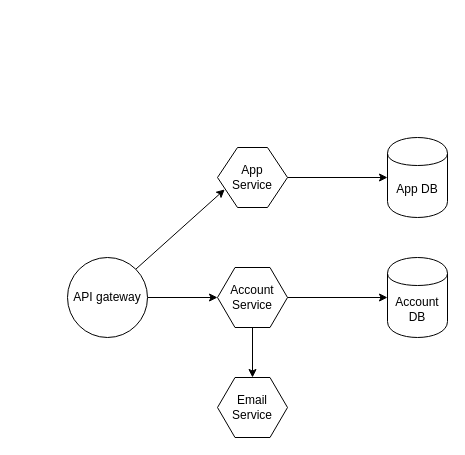
The draw.io diagram v-chain microservices architecture.drawio in NTT-TNN/draw, before the edit. Source tidied: cells renumbered, new cells numbered last; positions are measured from the earlier drawing's top-left corner, leaving out a move shared by most shapes. Both pictures are drawn from the tidied source at 100%, with x=0, y=0 at pixel (67, 137).
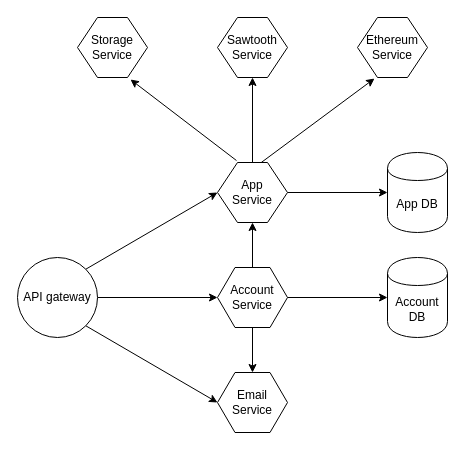
After the change.

The change refers to these unchanged cells:
```xml
<mxCell id="9" value="Account Service" style="shape=hexagon;html=1;whiteSpace=wrap;perimeter=hexagonPerimeter;rounded=0;" parent="1" vertex="1">
  <mxGeometry x="150" y="130" width="70" height="60" as="geometry" />
</mxCell>
```

What changed in the source:
```diff
@@
+    <mxCell id="3" style="edgeStyle=none;rounded=0;jettySize=auto;html=1;exitX=1;exitY=0.5;exitDx=0;exitDy=0;entryX=0;entryY=0.5;entryDx=0;entryDy=0;" parent="1" edge="1" source="4" target="9">
+      <mxGeometry relative="1" as="geometry" />
+    </mxCell>
-    <mxCell id="2" style="rounded=0;jettySize=auto;html=1;exitX=1;exitY=0;exitDx=0;exitDy=0;entryX=0;entryY=0.75;entryDx=0;entryDy=0;" parent="1" edge="1" source="4" target="6">
+    <mxCell id="2" style="edgeStyle=none;rounded=0;jettySize=auto;html=1;exitX=1;exitY=0;exitDx=0;exitDy=0;entryX=0;entryY=0.5;entryDx=0;entryDy=0;" parent="1" edge="1" source="4" target="6">
       <mxGeometry relative="1" as="geometry" />
     </mxCell>
-    <mxCell id="3" style="edgeStyle=none;rounded=0;jettySize=auto;html=1;exitX=1;exitY=0.5;exitDx=0;exitDy=0;entryX=0;entryY=0.5;entryDx=0;entryDy=0;" parent="1" edge="1" source="4" target="9">
-      <mxGeometry relative="1" as="geometry" />
-    </mxCell>
+    <mxCell id="13" style="edgeStyle=none;rounded=0;jettySize=auto;html=1;exitX=1;exitY=1;exitDx=0;exitDy=0;entryX=0;entryY=0.5;entryDx=0;entryDy=0;" parent="1" edge="1" source="4" target="10">
+      <mxGeometry relative="1" as="geometry" />
+    </mxCell>
     <mxCell id="4" value="API gateway" style="ellipse;whiteSpace=wrap;html=1;" parent="1" vertex="1">
-      <mxGeometry y="120" width="80" height="80" as="geometry" />
+      <mxGeometry x="-50" y="120" width="80" height="80" as="geometry" />
     </mxCell>
@@
+    <mxCell id="14" style="edgeStyle=none;rounded=0;jettySize=auto;html=1;exitX=0.271;exitY=-0.033;exitDx=0;exitDy=0;entryX=0.757;entryY=1.033;entryDx=0;entryDy=0;exitPerimeter=0;entryPerimeter=0;" parent="1" edge="1" source="6" target="18">
+      <mxGeometry relative="1" as="geometry" />
+    </mxCell>
+    <mxCell id="15" style="edgeStyle=none;rounded=0;jettySize=auto;html=1;exitX=0.5;exitY=0;exitDx=0;exitDy=0;entryX=0.5;entryY=1;entryDx=0;entryDy=0;" parent="1" edge="1" source="6" target="19">
+      <mxGeometry relative="1" as="geometry" />
+    </mxCell>
+    <mxCell id="16" style="edgeStyle=none;rounded=0;jettySize=auto;html=1;exitX=0.625;exitY=0;exitDx=0;exitDy=0;entryX=0.243;entryY=1.017;entryDx=0;entryDy=0;entryPerimeter=0;" parent="1" edge="1" source="6" target="20">
+      <mxGeometry relative="1" as="geometry" />
+    </mxCell>
     <mxCell id="6" value="App &lt;br&gt;Service" style="shape=hexagon;html=1;whiteSpace=wrap;perimeter=hexagonPerimeter;rounded=0;size=0.2857142857142857;" parent="1" vertex="1">
-      <mxGeometry x="150" y="10" width="70" height="60" as="geometry" />
+      <mxGeometry x="150" y="25" width="70" height="60" as="geometry" />
     </mxCell>
@@
+    <mxCell id="17" style="edgeStyle=none;rounded=0;jettySize=auto;html=1;exitX=0.5;exitY=0;exitDx=0;exitDy=0;entryX=0.5;entryY=1;entryDx=0;entryDy=0;" parent="1" edge="1" source="9" target="6">
+      <mxGeometry relative="1" as="geometry" />
+    </mxCell>
@@
     <mxCell id="10" value="Email Service" style="shape=hexagon;html=1;whiteSpace=wrap;perimeter=hexagonPerimeter;rounded=0;" parent="1" vertex="1">
-      <mxGeometry x="150" y="240" width="70" height="60" as="geometry" />
+      <mxGeometry x="150" y="235" width="70" height="60" as="geometry" />
     </mxCell>
     <mxCell id="11" value="App DB&lt;br&gt;" style="shape=cylinder;whiteSpace=wrap;html=1;boundedLbl=1;backgroundOutline=1;" parent="1" vertex="1">
-      <mxGeometry x="320" width="60" height="80" as="geometry" />
+      <mxGeometry x="320" y="15" width="60" height="80" as="geometry" />
     </mxCell>
@@
+    <mxCell id="18" value="Storage&lt;br&gt;Service" style="shape=hexagon;html=1;whiteSpace=wrap;perimeter=hexagonPerimeter;rounded=0;size=0.2857142857142857;" parent="1" vertex="1">
+      <mxGeometry x="10" y="-120" width="70" height="60" as="geometry" />
+    </mxCell>
+    <mxCell id="19" value="Sawtooth&lt;br&gt;Service" style="shape=hexagon;html=1;whiteSpace=wrap;perimeter=hexagonPerimeter;rounded=0;size=0.2857142857142857;" parent="1" vertex="1">
+      <mxGeometry x="150" y="-120" width="70" height="60" as="geometry" />
+    </mxCell>
+    <mxCell id="20" value="Ethereum&lt;br&gt;Service" style="shape=hexagon;html=1;whiteSpace=wrap;perimeter=hexagonPerimeter;rounded=0;size=0.2857142857142857;" parent="1" vertex="1">
+      <mxGeometry x="290" y="-120" width="70" height="60" as="geometry" />
+    </mxCell>
```
